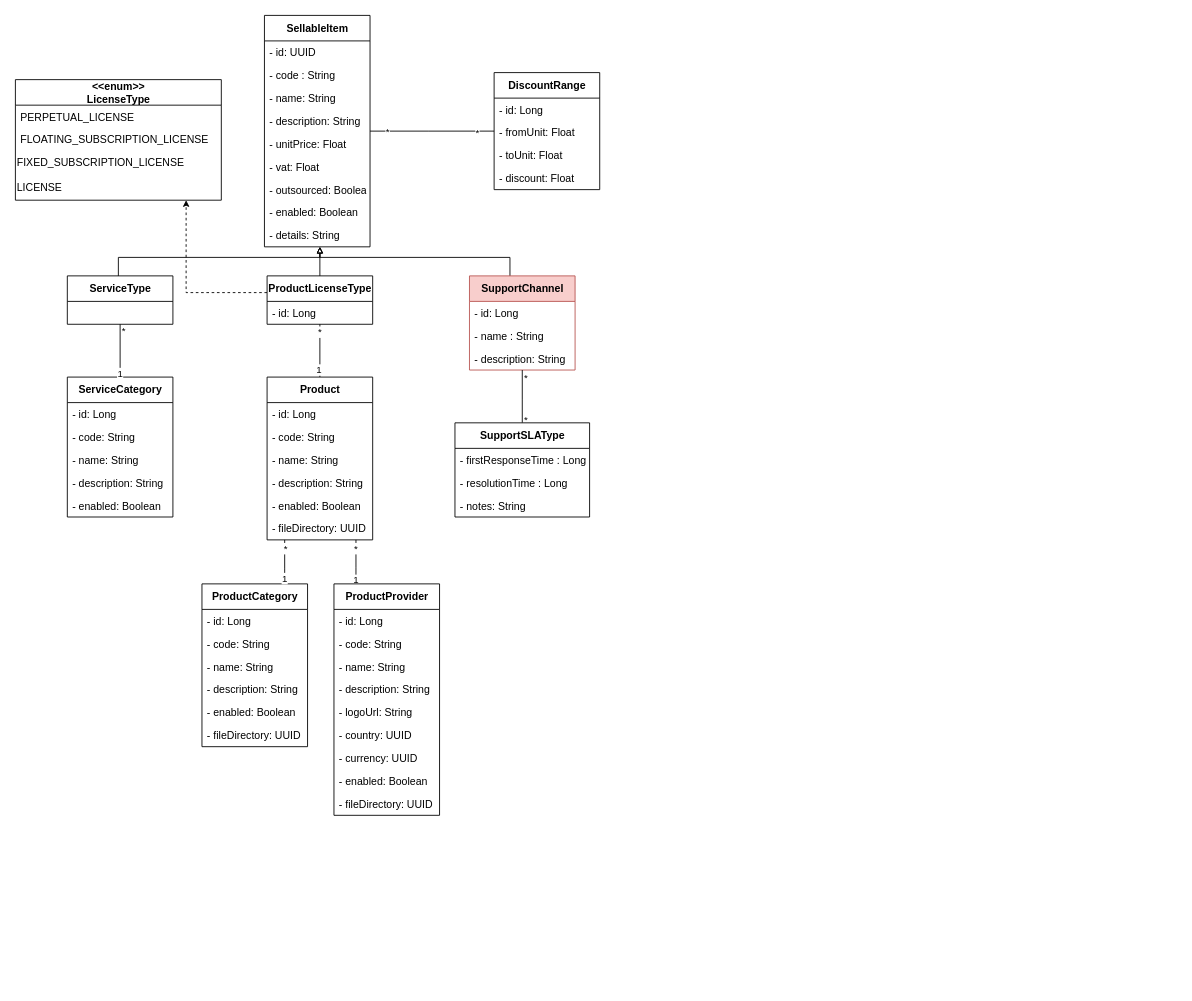
The draw.io diagram Sellable/_DiagrammeClasseSellable.drawio in ZidiMedAmine/UML, before the edit. Source tidied: cells renumbered, new cells numbered last; positions are measured from the earlier drawing's top-left corner, leaving out a move shared by most shapes. Both pictures are drawn from the tidied source at 88%, with x=0, y=0 at pixel (15, 15).
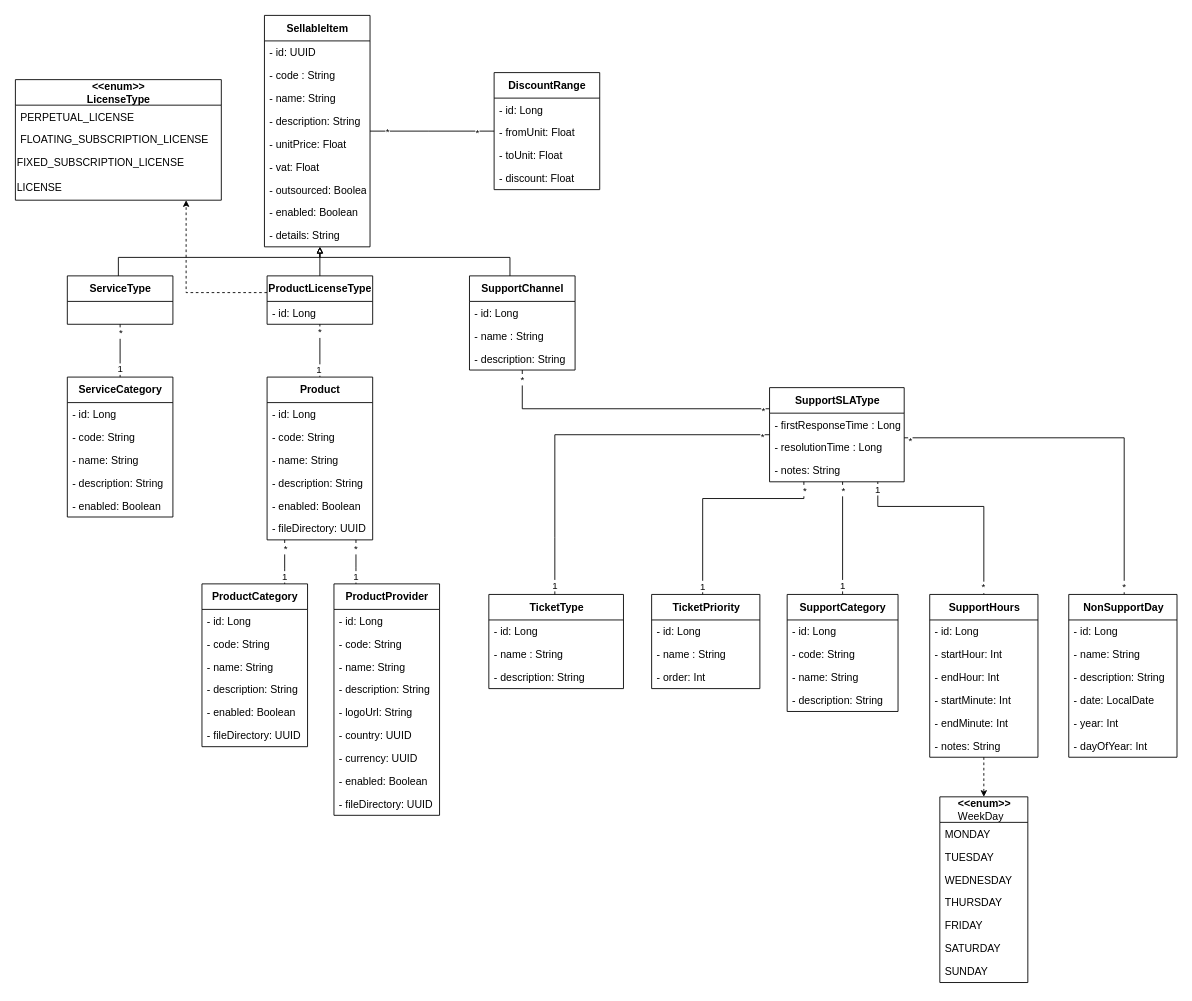
The same page after the edit.

The change refers to these unchanged cells:
```xml
<mxCell id="42" style="edgeStyle=orthogonalEdgeStyle;rounded=0;jettySize=auto;html=1;endArrow=none;endFill=0;startSize=5;endSize=5;" parent="1" edge="1" source="27" target="36">
  <mxGeometry relative="1" as="geometry" />
</mxCell>
<mxCell id="45" style="edgeStyle=orthogonalEdgeStyle;rounded=0;jettySize=auto;html=1;endArrow=none;endFill=0;startSize=5;endSize=5;" parent="1" edge="1" source="51" target="67">
  <mxGeometry relative="1" as="geometry">
    <Array as="points">
      <mxPoint x="387" y="627" />
      <mxPoint x="387" y="627" />
    </Array>
  </mxGeometry>
</mxCell>
```

Diff of the diagram source:
```diff
@@
-    <mxCell id="22" value="&lt;b&gt;SupportChannel&lt;/b&gt;" style="swimlane;fontStyle=0;align=center;verticalAlign=middle;horizontal=1;startSize=29;html=1;fontSize=12;labelPosition=center;verticalLabelPosition=middle;strokeColor=#b85450;swimlaneLine=1;rounded=0;shadow=0;glass=0;sketch=0;perimeterSpacing=0;fillColor=#f8cecc;" parent="1" vertex="1">
+    <mxCell id="22" value="&lt;b&gt;SupportChannel&lt;/b&gt;" style="swimlane;fontStyle=0;align=center;verticalAlign=middle;horizontal=1;startSize=29;html=1;fontSize=12;labelPosition=center;verticalLabelPosition=middle;swimlaneLine=1;rounded=0;shadow=0;glass=0;sketch=0;perimeterSpacing=0;" parent="1" vertex="1">
       <mxGeometry x="516" y="296" width="120" height="107" as="geometry" />
     </mxCell>
@@
     <mxCell id="43" value="*" style="edgeLabel;html=1;align=center;verticalAlign=middle;" parent="42" vertex="1">
-      <mxGeometry x="-0.78" y="3" relative="1" as="geometry" />
+      <mxGeometry x="-0.78" y="3" relative="1" as="geometry">
+        <mxPoint x="-3" y="2" as="offset" />
+      </mxGeometry>
     </mxCell>
     <mxCell id="44" value="1" style="edgeLabel;html=1;align=center;verticalAlign=middle;" parent="42" vertex="1">
       <mxGeometry x="0.84" y="2" relative="1" as="geometry">
-        <mxPoint x="-3" as="offset" />
+        <mxPoint x="-3" y="-5" as="offset" />
       </mxGeometry>
     </mxCell>
@@
     <mxCell id="47" value="1" style="edgeLabel;html=1;align=center;verticalAlign=middle;" parent="45" vertex="1">
       <mxGeometry x="0.64" relative="1" as="geometry">
-        <mxPoint x="-1" y="4" as="offset" />
+        <mxPoint x="-1" as="offset" />
       </mxGeometry>
     </mxCell>
@@
     <mxCell id="77" value="1" style="edgeLabel;html=1;align=center;verticalAlign=middle;" parent="1" vertex="1">
-      <mxGeometry x="302" y="637" as="geometry">
+      <mxGeometry x="302" y="635" as="geometry">
         <mxPoint x="3" y="2" as="offset" />
       </mxGeometry>
     </mxCell>
     <mxCell id="78" style="edgeStyle=orthogonalEdgeStyle;rounded=0;jettySize=auto;html=1;endArrow=none;endFill=0;startSize=5;endSize=5;" parent="1" edge="1" source="81" target="22">
       <mxGeometry relative="1" as="geometry">
         <Array as="points">
-          <mxPoint x="576" y="436" />
-          <mxPoint x="576" y="436" />
+          <mxPoint x="576" y="447" />
         </Array>
       </mxGeometry>
     </mxCell>
     <mxCell id="79" value="*" style="edgeLabel;html=1;align=center;verticalAlign=middle;" parent="78" vertex="1">
       <mxGeometry x="-0.88" y="-2" relative="1" as="geometry">
-        <mxPoint x="1" as="offset" />
+        <mxPoint x="12" y="4" as="offset" />
       </mxGeometry>
     </mxCell>
     <mxCell id="80" value="*" style="edgeLabel;html=1;align=center;verticalAlign=middle;labelBackgroundColor=default;fontColor=default;labelBorderColor=none;" parent="78" vertex="1">
       <mxGeometry x="0.88" y="1" relative="1" as="geometry">
-        <mxPoint x="4" y="4" as="offset" />
+        <mxPoint y="-9" as="offset" />
       </mxGeometry>
     </mxCell>
     <mxCell id="81" value="&lt;b&gt;SupportSLAType&lt;/b&gt;" style="swimlane;fontStyle=0;align=center;verticalAlign=middle;horizontal=1;startSize=29;html=1;fontSize=12;labelPosition=center;verticalLabelPosition=middle;strokeColor=default;swimlaneLine=1;rounded=0;shadow=0;glass=0;sketch=0;perimeterSpacing=0;" parent="1" vertex="1">
-      <mxGeometry x="499.5" y="463" width="153" height="107" as="geometry" />
+      <mxGeometry x="857" y="423" width="153" height="107" as="geometry" />
     </mxCell>
@@
+    <mxCell id="85" value="&lt;b&gt;TicketType&lt;/b&gt;" style="swimlane;fontStyle=0;align=center;verticalAlign=middle;horizontal=1;startSize=29;html=1;fontSize=12;labelPosition=center;verticalLabelPosition=middle;strokeColor=default;swimlaneLine=1;rounded=0;shadow=0;glass=0;sketch=0;perimeterSpacing=0;" parent="1" vertex="1">
+      <mxGeometry x="538" y="658" width="153" height="107" as="geometry" />
+    </mxCell>
+    <mxCell id="86" value="- id: Long" style="text;strokeColor=none;fillColor=none;align=left;verticalAlign=top;spacingLeft=4;spacingRight=4;overflow=hidden;fontStyle=0;" parent="85" vertex="1">
+      <mxGeometry y="29" width="153" height="26" as="geometry" />
+    </mxCell>
+    <mxCell id="87" value="- name : String" style="text;strokeColor=none;fillColor=none;align=left;verticalAlign=top;spacingLeft=4;spacingRight=4;overflow=hidden;fontStyle=0;" parent="85" vertex="1">
+      <mxGeometry y="55" width="153" height="26" as="geometry" />
+    </mxCell>
+    <mxCell id="88" value="- description: String " style="text;strokeColor=none;fillColor=none;align=left;verticalAlign=top;spacingLeft=4;spacingRight=4;overflow=hidden;fontStyle=0;" parent="85" vertex="1">
+      <mxGeometry y="81" width="153" height="26" as="geometry" />
+    </mxCell>
+    <mxCell id="89" style="edgeStyle=orthogonalEdgeStyle;rounded=0;jettySize=auto;html=1;endArrow=none;endFill=0;startSize=5;endSize=5;" parent="1" edge="1" source="92" target="81">
+      <mxGeometry relative="1" as="geometry">
+        <Array as="points">
+          <mxPoint x="781" y="549" />
+          <mxPoint x="896" y="549" />
+        </Array>
+      </mxGeometry>
+    </mxCell>
+    <mxCell id="90" value="1" style="edgeLabel;html=1;align=center;verticalAlign=middle;" parent="89" vertex="1">
+      <mxGeometry x="-0.92" y="1" relative="1" as="geometry" />
+    </mxCell>
+    <mxCell id="91" value="*" style="edgeLabel;html=1;align=center;verticalAlign=middle;" parent="89" vertex="1">
+      <mxGeometry x="0.95" y="-1" relative="1" as="geometry">
+        <mxPoint x="-1" y="3" as="offset" />
+      </mxGeometry>
+    </mxCell>
+    <mxCell id="92" value="&lt;b&gt;TicketPriority&lt;/b&gt;" style="swimlane;fontStyle=0;align=center;verticalAlign=middle;horizontal=1;startSize=29;html=1;fontSize=12;labelPosition=center;verticalLabelPosition=middle;strokeColor=default;swimlaneLine=1;rounded=0;shadow=0;glass=0;sketch=0;perimeterSpacing=0;" parent="1" vertex="1">
+      <mxGeometry x="723" y="658" width="123" height="107" as="geometry" />
+    </mxCell>
+    <mxCell id="93" value="- id: Long" style="text;strokeColor=none;fillColor=none;align=left;verticalAlign=top;spacingLeft=4;spacingRight=4;overflow=hidden;fontStyle=0;" parent="92" vertex="1">
+      <mxGeometry y="29" width="123" height="26" as="geometry" />
+    </mxCell>
+    <mxCell id="94" value="- name : String" style="text;strokeColor=none;fillColor=none;align=left;verticalAlign=top;spacingLeft=4;spacingRight=4;overflow=hidden;fontStyle=0;" parent="92" vertex="1">
+      <mxGeometry y="55" width="123" height="26" as="geometry" />
+    </mxCell>
+    <mxCell id="95" value="- order: Int" style="text;strokeColor=none;fillColor=none;align=left;verticalAlign=top;spacingLeft=4;spacingRight=4;overflow=hidden;fontStyle=0;" parent="92" vertex="1">
+      <mxGeometry y="81" width="123" height="26" as="geometry" />
+    </mxCell>
+    <mxCell id="96" style="edgeStyle=orthogonalEdgeStyle;rounded=0;jettySize=auto;html=1;endSize=5;startSize=5;endArrow=none;endFill=0;" parent="1" edge="1" source="81" target="85">
+      <mxGeometry relative="1" as="geometry">
+        <Array as="points">
+          <mxPoint x="613" y="593" />
+          <mxPoint x="613" y="593" />
+        </Array>
+      </mxGeometry>
+    </mxCell>
+    <mxCell id="97" value="*" style="edgeLabel;html=1;align=center;verticalAlign=middle;" parent="96" vertex="1">
+      <mxGeometry x="-0.71" y="1" relative="1" as="geometry">
+        <mxPoint x="53" y="1" as="offset" />
+      </mxGeometry>
+    </mxCell>
+    <mxCell id="98" value="1" style="edgeLabel;html=1;align=center;verticalAlign=middle;" parent="96" vertex="1">
+      <mxGeometry x="0.75" y="1" relative="1" as="geometry">
+        <mxPoint x="-2" y="43" as="offset" />
+      </mxGeometry>
+    </mxCell>
+    <mxCell id="99" style="edgeStyle=orthogonalEdgeStyle;rounded=0;jettySize=auto;html=1;endArrow=none;endFill=0;startSize=5;endSize=5;" parent="1" edge="1" source="102" target="81">
+      <mxGeometry relative="1" as="geometry">
+        <Array as="points">
+          <mxPoint x="936" y="527" />
+        </Array>
+      </mxGeometry>
+    </mxCell>
+    <mxCell id="100" value="1" style="edgeLabel;html=1;align=center;verticalAlign=middle;" parent="99" vertex="1">
+      <mxGeometry x="-0.96" relative="1" as="geometry">
+        <mxPoint x="-1" y="-8" as="offset" />
+      </mxGeometry>
+    </mxCell>
+    <mxCell id="101" value="*" style="edgeLabel;html=1;align=center;verticalAlign=middle;" parent="99" vertex="1">
+      <mxGeometry x="0.97" y="1" relative="1" as="geometry">
+        <mxPoint x="1" y="7" as="offset" />
+      </mxGeometry>
+    </mxCell>
+    <mxCell id="102" value="&lt;b&gt;SupportCategory&lt;/b&gt;" style="swimlane;fontStyle=0;align=center;verticalAlign=middle;horizontal=1;startSize=29;html=1;fontSize=12;labelPosition=center;verticalLabelPosition=middle;strokeColor=default;swimlaneLine=1;rounded=0;shadow=0;glass=0;sketch=0;perimeterSpacing=0;" parent="1" vertex="1">
+      <mxGeometry x="877" y="658" width="126" height="133" as="geometry" />
+    </mxCell>
+    <mxCell id="103" value="- id: Long" style="text;strokeColor=none;fillColor=none;align=left;verticalAlign=top;spacingLeft=4;spacingRight=4;overflow=hidden;fontStyle=0;" parent="102" vertex="1">
+      <mxGeometry y="29" width="126" height="26" as="geometry" />
+    </mxCell>
+    <mxCell id="104" value="- code: String" style="text;strokeColor=none;fillColor=none;align=left;verticalAlign=top;spacingLeft=4;spacingRight=4;overflow=hidden;fontStyle=0;" parent="102" vertex="1">
+      <mxGeometry y="55" width="126" height="26" as="geometry" />
+    </mxCell>
+    <mxCell id="105" value="- name: String" style="text;strokeColor=none;fillColor=none;align=left;verticalAlign=top;spacingLeft=4;spacingRight=4;overflow=hidden;fontStyle=0;" parent="102" vertex="1">
+      <mxGeometry y="81" width="126" height="26" as="geometry" />
+    </mxCell>
+    <mxCell id="106" value="- description: String" style="text;strokeColor=none;fillColor=none;align=left;verticalAlign=top;spacingLeft=4;spacingRight=4;overflow=hidden;fontStyle=0;" parent="102" vertex="1">
+      <mxGeometry y="107" width="126" height="26" as="geometry" />
+    </mxCell>
+    <mxCell id="107" style="edgeStyle=orthogonalEdgeStyle;rounded=0;jettySize=auto;html=1;endArrow=classic;endFill=1;startSize=5;endSize=5;dashed=1;" parent="1" edge="1" source="111" target="118">
+      <mxGeometry relative="1" as="geometry" />
+    </mxCell>
+    <mxCell id="108" style="edgeStyle=orthogonalEdgeStyle;rounded=0;jettySize=auto;html=1;endArrow=none;endFill=0;startSize=5;endSize=5;" parent="1" edge="1" source="111" target="81">
+      <mxGeometry relative="1" as="geometry">
+        <Array as="points">
+          <mxPoint x="1101" y="558" />
+          <mxPoint x="980" y="558" />
+        </Array>
+      </mxGeometry>
+    </mxCell>
+    <mxCell id="109" value="1" style="edgeLabel;html=1;align=center;verticalAlign=middle;" parent="108" vertex="1">
+      <mxGeometry x="0.97" y="1" relative="1" as="geometry">
+        <mxPoint y="5" as="offset" />
+      </mxGeometry>
+    </mxCell>
+    <mxCell id="110" value="*" style="edgeLabel;html=1;align=center;verticalAlign=middle;" parent="108" vertex="1">
+      <mxGeometry x="-0.99" relative="1" as="geometry">
+        <mxPoint x="-1" y="-8" as="offset" />
+      </mxGeometry>
+    </mxCell>
+    <mxCell id="111" value="&lt;b&gt;SupportHours&lt;br&gt;&lt;/b&gt;" style="swimlane;fontStyle=0;align=center;verticalAlign=middle;horizontal=1;startSize=29;html=1;fontSize=12;labelPosition=center;verticalLabelPosition=middle;strokeColor=default;swimlaneLine=1;rounded=0;shadow=0;glass=0;sketch=0;perimeterSpacing=0;" parent="1" vertex="1">
+      <mxGeometry x="1039" y="658" width="123" height="185" as="geometry" />
+    </mxCell>
+    <mxCell id="112" value="- id: Long" style="text;strokeColor=none;fillColor=none;align=left;verticalAlign=top;spacingLeft=4;spacingRight=4;overflow=hidden;fontStyle=0;" parent="111" vertex="1">
+      <mxGeometry y="29" width="123" height="26" as="geometry" />
+    </mxCell>
+    <mxCell id="113" value="- startHour: Int" style="text;strokeColor=none;fillColor=none;align=left;verticalAlign=top;spacingLeft=4;spacingRight=4;overflow=hidden;fontStyle=0;" parent="111" vertex="1">
+      <mxGeometry y="55" width="123" height="26" as="geometry" />
+    </mxCell>
+    <mxCell id="114" value="- endHour: Int" style="text;strokeColor=none;fillColor=none;align=left;verticalAlign=top;spacingLeft=4;spacingRight=4;overflow=hidden;fontStyle=0;" parent="111" vertex="1">
+      <mxGeometry y="81" width="123" height="26" as="geometry" />
+    </mxCell>
+    <mxCell id="115" value="- startMinute: Int" style="text;strokeColor=none;fillColor=none;align=left;verticalAlign=top;spacingLeft=4;spacingRight=4;overflow=hidden;fontStyle=0;" parent="111" vertex="1">
+      <mxGeometry y="107" width="123" height="26" as="geometry" />
+    </mxCell>
+    <mxCell id="116" value="- endMinute: Int" style="text;strokeColor=none;fillColor=none;align=left;verticalAlign=top;spacingLeft=4;spacingRight=4;overflow=hidden;fontStyle=0;" parent="111" vertex="1">
+      <mxGeometry y="133" width="123" height="26" as="geometry" />
+    </mxCell>
+    <mxCell id="117" value="- notes: String" style="text;strokeColor=none;fillColor=none;align=left;verticalAlign=top;spacingLeft=4;spacingRight=4;overflow=hidden;fontStyle=0;" parent="111" vertex="1">
+      <mxGeometry y="159" width="123" height="26" as="geometry" />
+    </mxCell>
+    <mxCell id="118" value="&lt;b&gt;&amp;lt;&amp;lt;enum&amp;gt;&amp;gt;&lt;/b&gt;&lt;br&gt;&lt;div style=&quot;text-align: left&quot;&gt;WeekDay&lt;/div&gt;" style="swimlane;fontStyle=0;align=center;verticalAlign=middle;horizontal=1;startSize=29;html=1;fontSize=12;labelPosition=center;verticalLabelPosition=middle;swimlaneLine=1;rounded=0;sketch=0;glass=0;" parent="1" vertex="1">
+      <mxGeometry x="1050.5" y="888" width="100" height="211" as="geometry" />
+    </mxCell>
+    <mxCell id="119" value="MONDAY" style="text;strokeColor=none;fillColor=none;align=left;verticalAlign=top;spacingLeft=4;spacingRight=4;overflow=hidden;fontStyle=0;" parent="118" vertex="1">
+      <mxGeometry y="29" width="100" height="26" as="geometry" />
+    </mxCell>
+    <mxCell id="120" value="TUESDAY" style="text;strokeColor=none;fillColor=none;align=left;verticalAlign=top;spacingLeft=4;spacingRight=4;overflow=hidden;fontStyle=0;" parent="118" vertex="1">
+      <mxGeometry y="55" width="100" height="26" as="geometry" />
+    </mxCell>
+    <mxCell id="121" value="WEDNESDAY" style="text;strokeColor=none;fillColor=none;align=left;verticalAlign=top;spacingLeft=4;spacingRight=4;overflow=hidden;fontStyle=0;" parent="118" vertex="1">
+      <mxGeometry y="81" width="100" height="26" as="geometry" />
+    </mxCell>
+    <mxCell id="122" value="THURSDAY" style="text;strokeColor=none;fillColor=none;align=left;verticalAlign=top;spacingLeft=4;spacingRight=4;overflow=hidden;fontStyle=0;" parent="118" vertex="1">
+      <mxGeometry y="107" width="100" height="26" as="geometry" />
+    </mxCell>
+    <mxCell id="123" value="FRIDAY" style="text;strokeColor=none;fillColor=none;align=left;verticalAlign=top;spacingLeft=4;spacingRight=4;overflow=hidden;fontStyle=0;" parent="118" vertex="1">
+      <mxGeometry y="133" width="100" height="26" as="geometry" />
+    </mxCell>
+    <mxCell id="124" value="SATURDAY" style="text;strokeColor=none;fillColor=none;align=left;verticalAlign=top;spacingLeft=4;spacingRight=4;overflow=hidden;fontStyle=0;" parent="118" vertex="1">
+      <mxGeometry y="159" width="100" height="26" as="geometry" />
+    </mxCell>
+    <mxCell id="125" value="SUNDAY" style="text;strokeColor=none;fillColor=none;align=left;verticalAlign=top;spacingLeft=4;spacingRight=4;overflow=hidden;fontStyle=0;" parent="118" vertex="1">
+      <mxGeometry y="185" width="100" height="26" as="geometry" />
+    </mxCell>
+    <mxCell id="126" style="edgeStyle=orthogonalEdgeStyle;rounded=0;jettySize=auto;html=1;endArrow=none;endFill=0;startSize=5;endSize=5;" parent="1" edge="1" source="129" target="81">
+      <mxGeometry relative="1" as="geometry">
+        <Array as="points">
+          <mxPoint x="1260" y="480" />
+        </Array>
+      </mxGeometry>
+    </mxCell>
+    <mxCell id="127" value="*" style="edgeLabel;html=1;align=center;verticalAlign=middle;" parent="126" vertex="1">
+      <mxGeometry x="0.98" y="-1" relative="1" as="geometry">
+        <mxPoint x="2" y="3" as="offset" />
+      </mxGeometry>
+    </mxCell>
+    <mxCell id="128" value="*" style="edgeLabel;html=1;align=center;verticalAlign=middle;" parent="126" vertex="1">
+      <mxGeometry x="-0.97" y="1" relative="1" as="geometry">
+        <mxPoint y="-4" as="offset" />
+      </mxGeometry>
+    </mxCell>
+    <mxCell id="129" value="&lt;b&gt;NonSupportDay&lt;br&gt;&lt;/b&gt;" style="swimlane;fontStyle=0;align=center;verticalAlign=middle;horizontal=1;startSize=29;html=1;fontSize=12;labelPosition=center;verticalLabelPosition=middle;strokeColor=default;swimlaneLine=1;rounded=0;shadow=0;glass=0;sketch=0;perimeterSpacing=0;" parent="1" vertex="1">
+      <mxGeometry x="1197" y="658" width="123" height="185" as="geometry" />
+    </mxCell>
+    <mxCell id="130" value="- id: Long" style="text;strokeColor=none;fillColor=none;align=left;verticalAlign=top;spacingLeft=4;spacingRight=4;overflow=hidden;fontStyle=0;" parent="129" vertex="1">
+      <mxGeometry y="29" width="123" height="26" as="geometry" />
+    </mxCell>
+    <mxCell id="131" value="- name: String" style="text;strokeColor=none;fillColor=none;align=left;verticalAlign=top;spacingLeft=4;spacingRight=4;overflow=hidden;fontStyle=0;" parent="129" vertex="1">
+      <mxGeometry y="55" width="123" height="26" as="geometry" />
+    </mxCell>
+    <mxCell id="132" value="- description: String" style="text;strokeColor=none;fillColor=none;align=left;verticalAlign=top;spacingLeft=4;spacingRight=4;overflow=hidden;fontStyle=0;" parent="129" vertex="1">
+      <mxGeometry y="81" width="123" height="26" as="geometry" />
+    </mxCell>
+    <mxCell id="133" value="- date: LocalDate" style="text;strokeColor=none;fillColor=none;align=left;verticalAlign=top;spacingLeft=4;spacingRight=4;overflow=hidden;fontStyle=0;" parent="129" vertex="1">
+      <mxGeometry y="107" width="123" height="26" as="geometry" />
+    </mxCell>
+    <mxCell id="134" value="- year: Int" style="text;strokeColor=none;fillColor=none;align=left;verticalAlign=top;spacingLeft=4;spacingRight=4;overflow=hidden;fontStyle=0;" parent="129" vertex="1">
+      <mxGeometry y="133" width="123" height="26" as="geometry" />
+    </mxCell>
+    <mxCell id="135" value="- dayOfYear: Int" style="text;strokeColor=none;fillColor=none;align=left;verticalAlign=top;spacingLeft=4;spacingRight=4;overflow=hidden;fontStyle=0;" parent="129" vertex="1">
+      <mxGeometry y="159" width="123" height="26" as="geometry" />
+    </mxCell>
```
